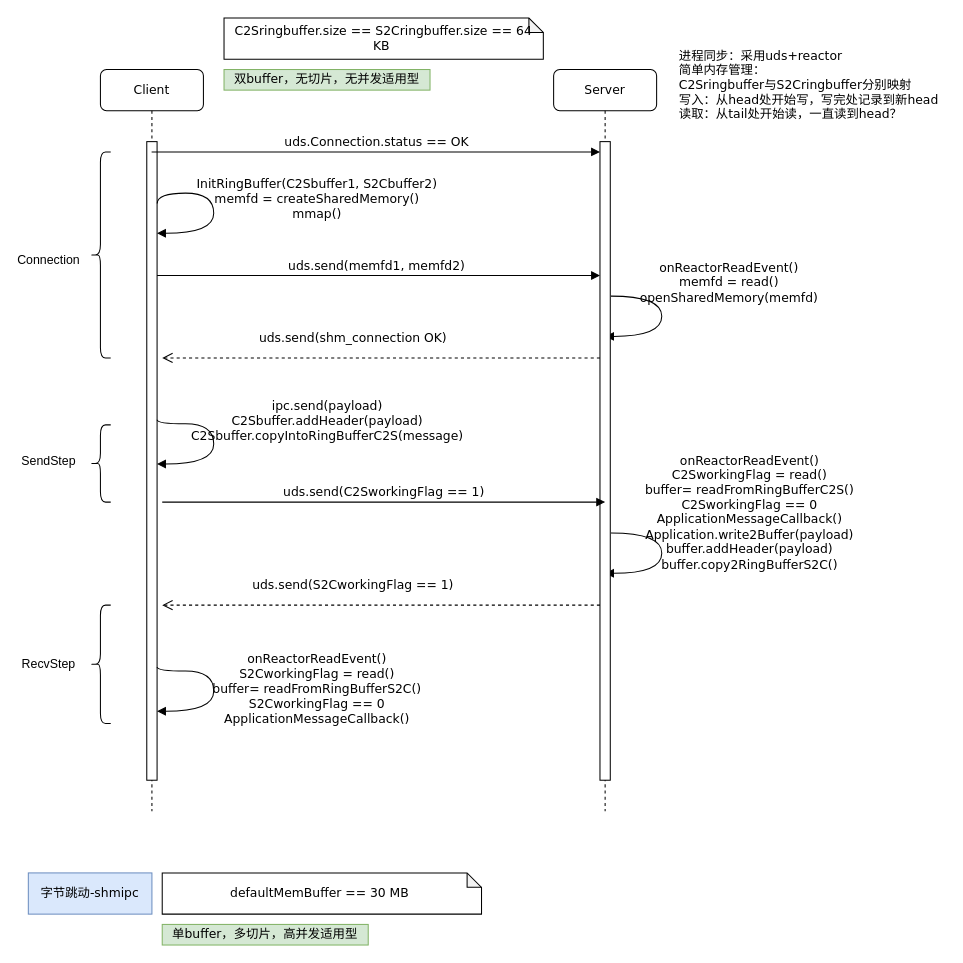
Before: docs/TinyNetFlow.drawio in ziyangfu/TinyNetFlow, a draw.io diagram. Source tidied: cells renumbered, new cells numbered last; positions are measured from the earlier drawing's top-left corner, leaving out a move shared by most shapes. Both pictures are drawn from the tidied source at 103%, with x=0, y=0 at pixel (18, 18).
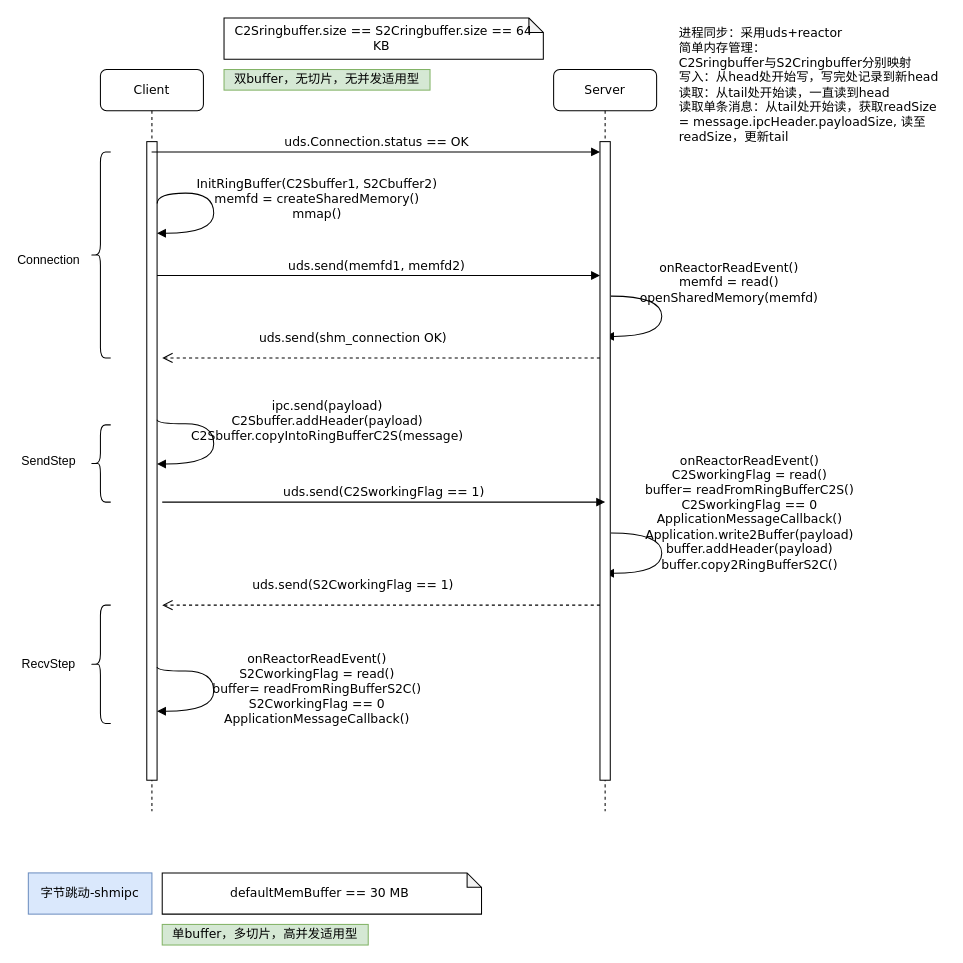
Above is the later version.

The edit, as a diff of the source:
```diff
@@
-    <mxCell id="19" value="进程同步：采用uds+reactor&lt;div&gt;简单内存管理：&lt;/div&gt;&lt;div&gt;C2Sringbuffer与S2Cringbuffer分别映射&lt;/div&gt;&lt;div&gt;写入：从head处开始写，写完处记录到新head&lt;/div&gt;&lt;div&gt;读取：从tail处开始读，一直读到head？&lt;/div&gt;" style="text;html=1;align=left;verticalAlign=middle;whiteSpace=wrap;rounded=0;fontFamily=Verdana;fontSize=12;fontColor=default;labelBackgroundColor=none;" parent="1" vertex="1">
+    <mxCell id="19" value="进程同步：采用uds+reactor&lt;div&gt;简单内存管理：&lt;/div&gt;&lt;div&gt;C2Sringbuffer与S2Cringbuffer分别映射&lt;/div&gt;&lt;div&gt;写入：从head处开始写，写完处记录到新head&lt;/div&gt;&lt;div&gt;读取：从tail处开始读，一直读到head&lt;/div&gt;&lt;div&gt;读取单条消息：从tail处开始读，获取readSize = message.ipcHeader.payloadSize, 读至readSize，更新tail&amp;nbsp;&lt;/div&gt;" style="text;html=1;align=left;verticalAlign=middle;whiteSpace=wrap;rounded=0;fontFamily=Verdana;fontSize=12;fontColor=default;labelBackgroundColor=none;" parent="1" vertex="1">
       <mxGeometry x="640" y="10" width="260" height="110" as="geometry" />
     </mxCell>
```
